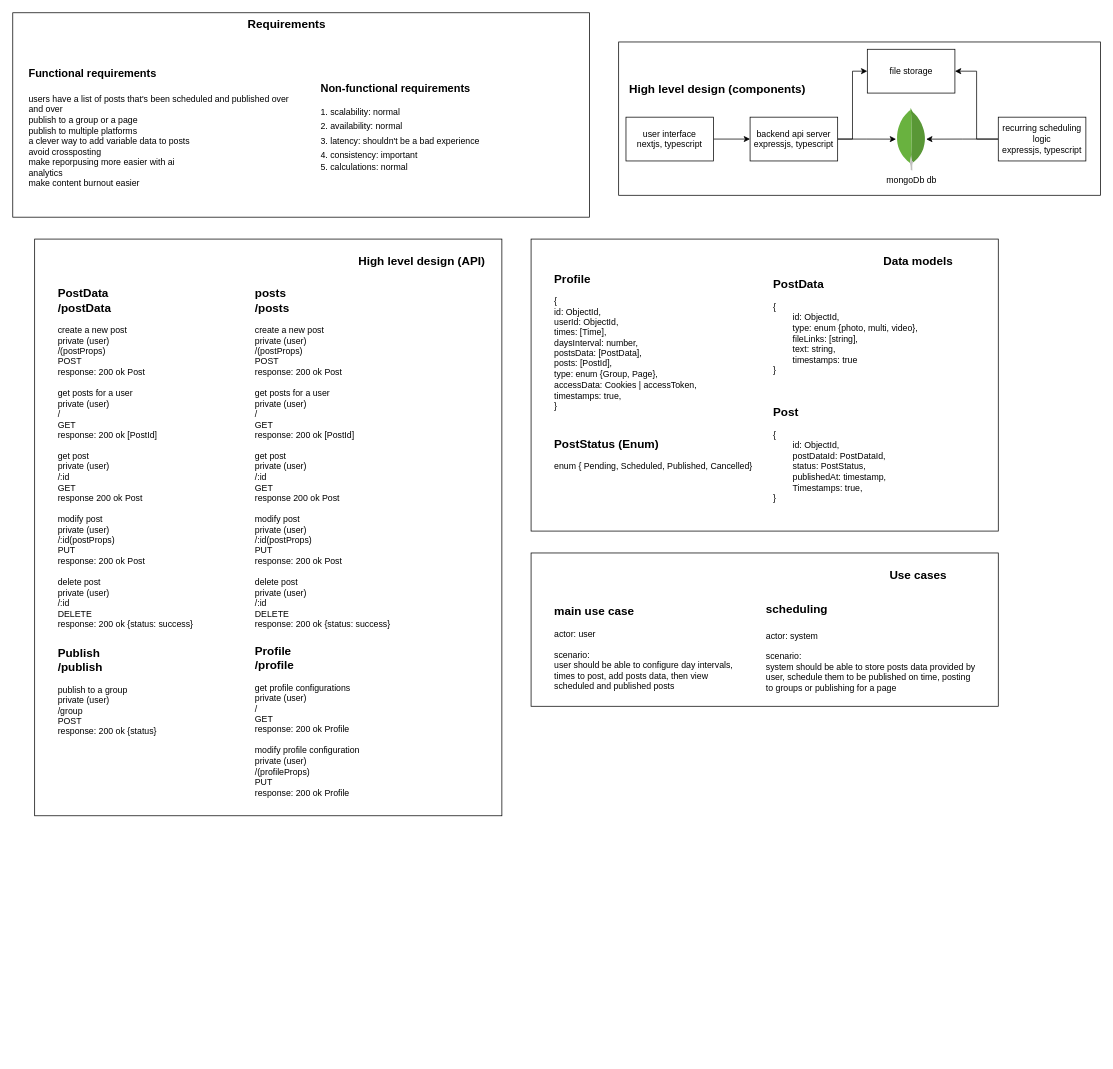
Before: page "high-level" (1 of 2) of auto-post.drawio in ahmed-elbehairy7/pamylka-system-design, a draw.io diagram. Source tidied: cells renumbered, new cells numbered last; positions are measured from the earlier drawing's top-left corner, leaving out a move shared by most shapes. Both pictures are drawn from the tidied source at 73%, with x=0, y=0 at pixel (12, 12).
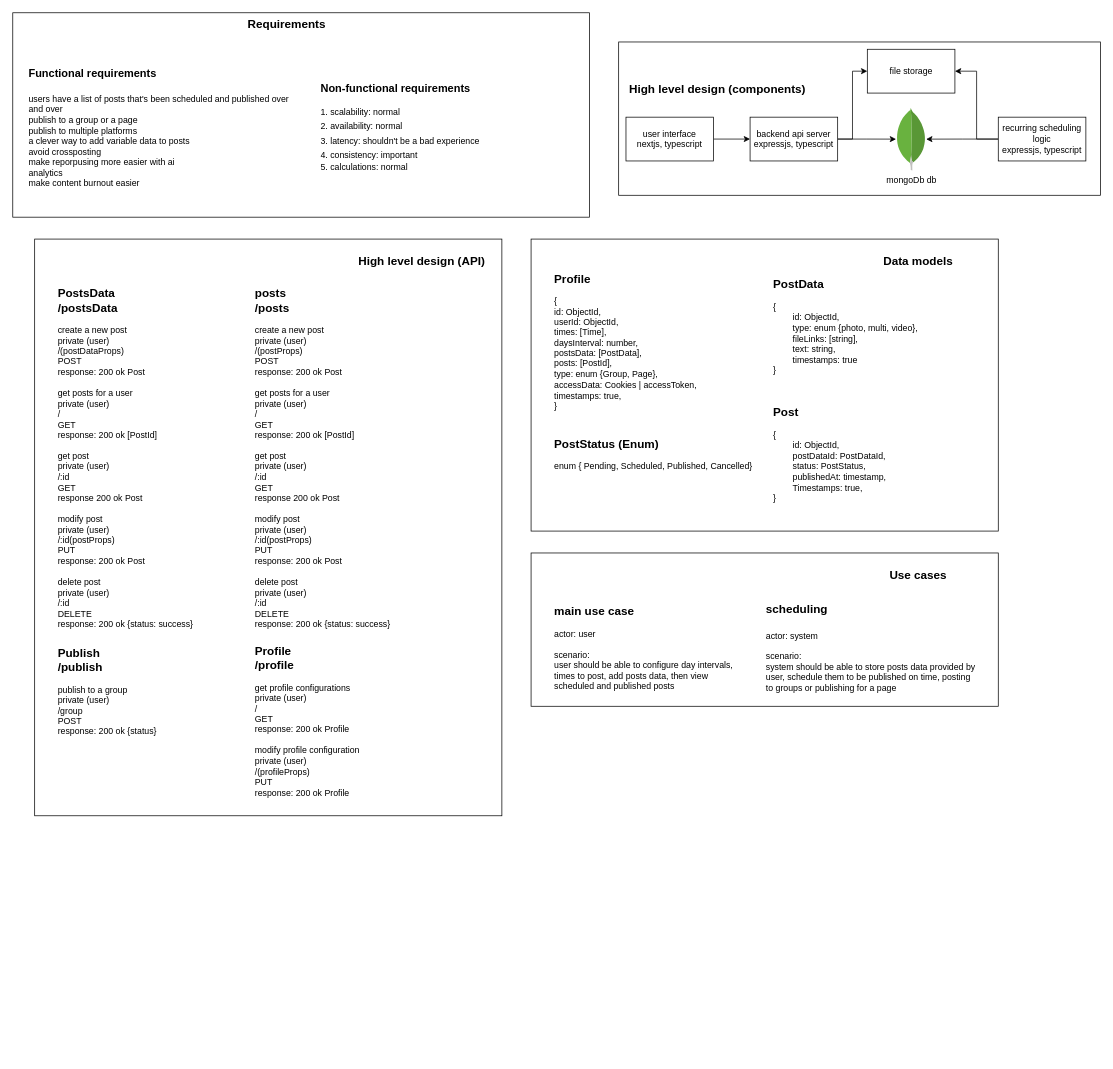
Above is the later version.

The change refers to these unchanged cells:
```xml
<mxCell id="15" style="group;" parent="1" vertex="1">
  <mxGeometry x="30" y="310" width="640" height="1120" as="geometry" />
</mxCell>
```

The edit, as a diff of the source:
```diff
@@
-    <mxCell id="17" value="&lt;div&gt;&lt;span style=&quot;font-size: 16px;&quot;&gt;&lt;b&gt;PostData&lt;/b&gt;&lt;/span&gt;&lt;/div&gt;&lt;font style=&quot;font-size: 16px;&quot;&gt;&lt;b&gt;/postData&lt;/b&gt;&lt;/font&gt;&lt;div&gt;&lt;br&gt;&lt;/div&gt;&lt;div&gt;create a new post&lt;/div&gt;&lt;div&gt;private (user)&lt;/div&gt;&lt;div&gt;/(postProps)&lt;/div&gt;&lt;div&gt;POST&lt;/div&gt;&lt;div&gt;response: 200 ok Post&lt;/div&gt;&lt;div&gt;&lt;br&gt;&lt;/div&gt;&lt;div&gt;&lt;span style=&quot;background-color: transparent; color: light-dark(rgb(0, 0, 0), rgb(255, 255, 255));&quot;&gt;get posts for a user&lt;/span&gt;&lt;/div&gt;&lt;div&gt;&lt;span style=&quot;background-color: transparent; color: light-dark(rgb(0, 0, 0), rgb(255, 255, 255));&quot;&gt;private (user)&lt;/span&gt;&lt;/div&gt;&lt;div&gt;/&lt;/div&gt;&lt;div&gt;GET&lt;/div&gt;&lt;div&gt;response: 200 ok [PostId]&lt;/div&gt;&lt;div&gt;&lt;br&gt;&lt;/div&gt;&lt;div&gt;get post&lt;/div&gt;&lt;div&gt;private (user)&lt;/div&gt;&lt;div&gt;/:id&lt;/div&gt;&lt;div&gt;GET&lt;/div&gt;&lt;div&gt;response 200 ok Post&lt;/div&gt;&lt;div&gt;&lt;br&gt;&lt;/div&gt;&lt;div&gt;modify post&lt;/div&gt;&lt;div&gt;private (user)&lt;/div&gt;&lt;div&gt;/:id(postProps)&lt;/div&gt;&lt;div&gt;PUT&lt;/div&gt;&lt;div&gt;response: 200 ok Post&lt;/div&gt;&lt;div&gt;&lt;br&gt;&lt;/div&gt;&lt;div&gt;delete post&lt;/div&gt;&lt;div&gt;private (user)&lt;/div&gt;&lt;div&gt;/:id&lt;/div&gt;&lt;div&gt;DELETE&lt;/div&gt;&lt;div&gt;response: 200 ok {status: success}&lt;/div&gt;" style="text;html=1;align=left;verticalAlign=middle;strokeColor=none;fillColor=none;" parent="15" vertex="1">
+    <mxCell id="17" value="&lt;div&gt;&lt;span style=&quot;font-size: 16px;&quot;&gt;&lt;b&gt;PostsData&lt;/b&gt;&lt;/span&gt;&lt;/div&gt;&lt;font style=&quot;font-size: 16px;&quot;&gt;&lt;b&gt;/postsData&lt;/b&gt;&lt;/font&gt;&lt;div&gt;&lt;br&gt;&lt;/div&gt;&lt;div&gt;create a new post&lt;/div&gt;&lt;div&gt;private (user)&lt;/div&gt;&lt;div&gt;/(postDataProps)&lt;/div&gt;&lt;div&gt;POST&lt;/div&gt;&lt;div&gt;response: 200 ok Post&lt;/div&gt;&lt;div&gt;&lt;br&gt;&lt;/div&gt;&lt;div&gt;&lt;span style=&quot;background-color: transparent; color: light-dark(rgb(0, 0, 0), rgb(255, 255, 255));&quot;&gt;get posts for a user&lt;/span&gt;&lt;/div&gt;&lt;div&gt;&lt;span style=&quot;background-color: transparent; color: light-dark(rgb(0, 0, 0), rgb(255, 255, 255));&quot;&gt;private (user)&lt;/span&gt;&lt;/div&gt;&lt;div&gt;/&lt;/div&gt;&lt;div&gt;GET&lt;/div&gt;&lt;div&gt;response: 200 ok [PostId]&lt;/div&gt;&lt;div&gt;&lt;br&gt;&lt;/div&gt;&lt;div&gt;get post&lt;/div&gt;&lt;div&gt;private (user)&lt;/div&gt;&lt;div&gt;/:id&lt;/div&gt;&lt;div&gt;GET&lt;/div&gt;&lt;div&gt;response 200 ok Post&lt;/div&gt;&lt;div&gt;&lt;br&gt;&lt;/div&gt;&lt;div&gt;modify post&lt;/div&gt;&lt;div&gt;private (user)&lt;/div&gt;&lt;div&gt;/:id(postProps)&lt;/div&gt;&lt;div&gt;PUT&lt;/div&gt;&lt;div&gt;response: 200 ok Post&lt;/div&gt;&lt;div&gt;&lt;br&gt;&lt;/div&gt;&lt;div&gt;delete post&lt;/div&gt;&lt;div&gt;private (user)&lt;/div&gt;&lt;div&gt;/:id&lt;/div&gt;&lt;div&gt;DELETE&lt;/div&gt;&lt;div&gt;response: 200 ok {status: success}&lt;/div&gt;" style="text;html=1;align=left;verticalAlign=middle;strokeColor=none;fillColor=none;" parent="15" vertex="1">
       <mxGeometry x="30" y="60" width="210" height="480" as="geometry" />
     </mxCell>
```
